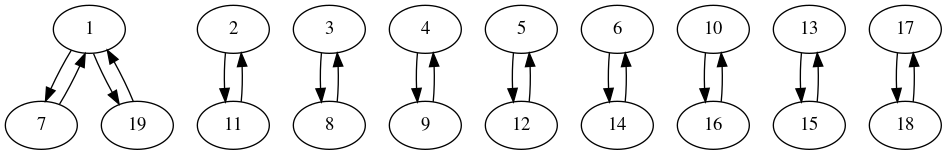
Before: cvrp.png, a diagram exported from Graphviz (Qdake/Operationnelle_Recherche_CVRP_problem). Its source is kept beside it as cvrp.dot.
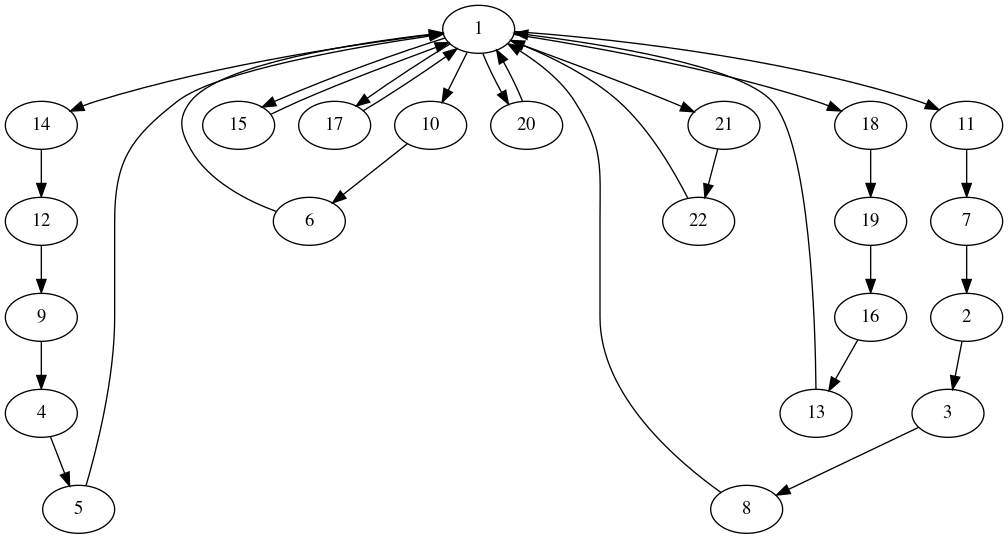
The same file after the commit.

The edit, as a diff of the source:
```diff
@@ -18,4 +18,7 @@
 17;
 18;
 19;
-1->7;1->19;2->11;3->8;4->9;5->12;6->14;7->1;8->3;9->4;10->16;11->2;12->5;13->15;14->6;15->13;16->10;17->18;18->17;19->1;}
+20;
+21;
+22;
+1->10;1->11;1->14;1->15;1->17;1->18;1->20;1->21;2->3;3->8;4->5;5->1;6->1;7->2;8->1;9->4;10->6;11->7;12->9;13->1;14->12;15->1;16->13;17->1;18->19;19->16;20->1;21->22;22->1;}
```
